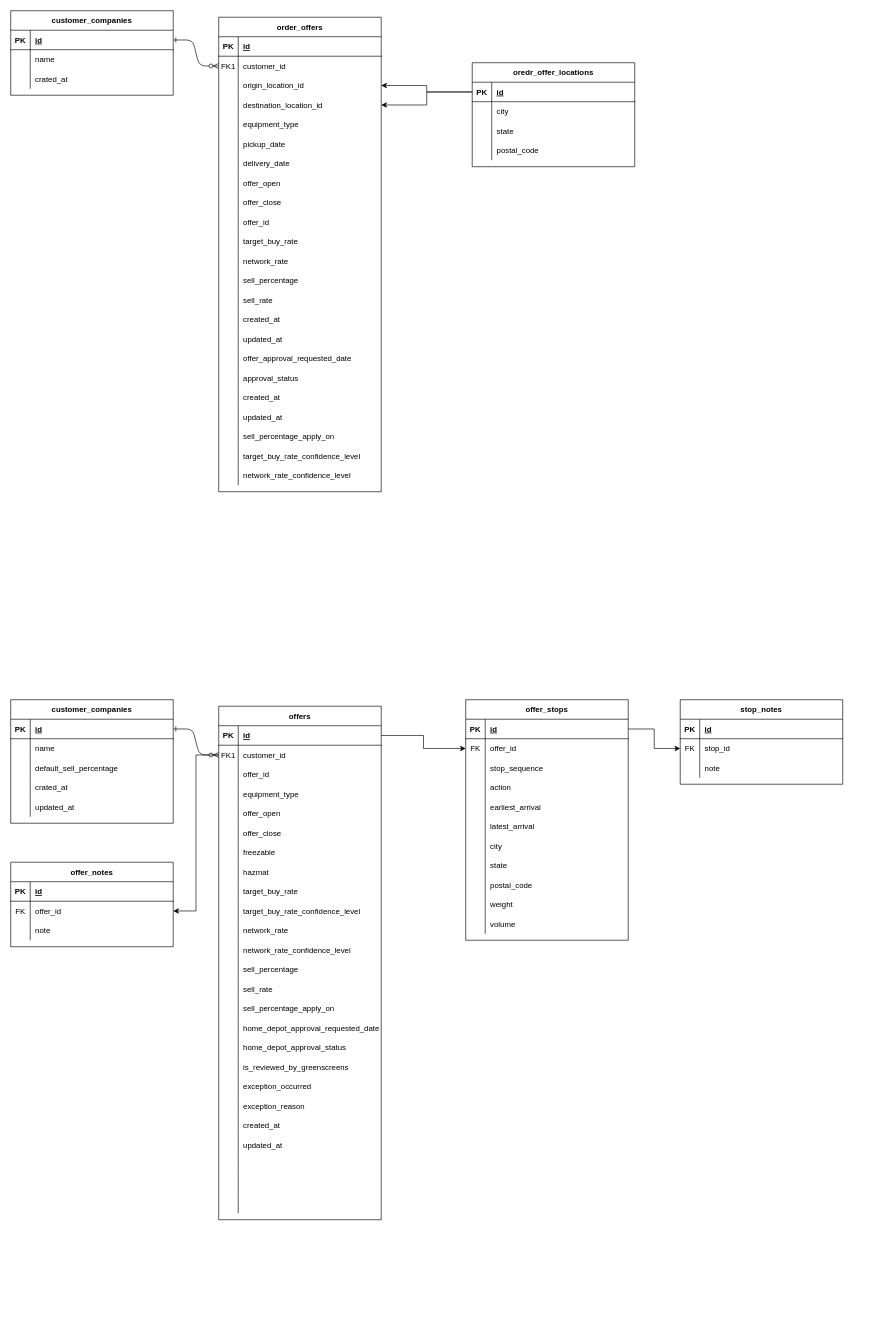
The draw.io diagram office-imi-pgt-homedepot.drawio in venkat0x1/ER-Diagrams, before the edit. Source tidied: cells renumbered, new cells numbered last; positions are measured from the earlier drawing's top-left corner, leaving out a move shared by most shapes. Both pictures are drawn from the tidied source at 65%, with x=0, y=0 at pixel (10, 10).
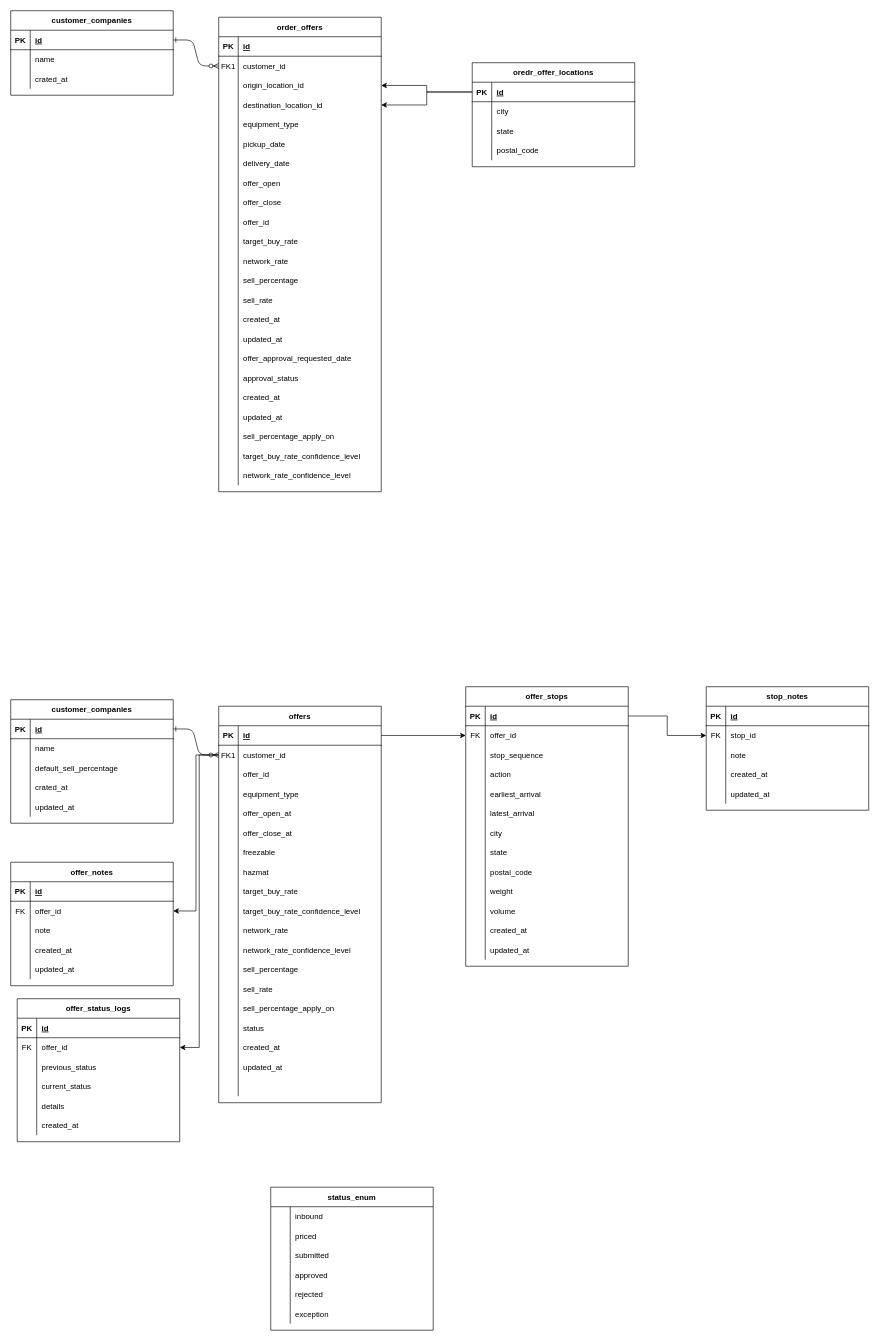
Above is the later version.

Unchanged cells that the change refers to:
```xml
<mxCell id="103" style="shape=partialRectangle;fillColor=none;points=[[0,0.5],[1,0.5]];portConstraint=eastwest;top=0;left=0;right=0;bottom=0;" parent="99" vertex="1">
  <mxGeometry y="60" width="250" height="30" as="geometry" />
</mxCell>
<mxCell id="112" style="shape=partialRectangle;fillColor=none;top=0;left=0;right=0;bottom=0;" parent="99" vertex="1">
  <mxGeometry y="150" width="250" height="30" as="geometry" />
</mxCell>
<mxCell id="115" style="shape=partialRectangle;fillColor=none;top=0;left=0;right=0;bottom=0;" parent="99" vertex="1">
  <mxGeometry y="180" width="250" height="30" as="geometry" />
</mxCell>
<mxCell id="145" style="shape=partialRectangle;fillColor=none;top=0;left=0;right=0;bottom=0;" parent="99" vertex="1">
  <mxGeometry y="480" width="250" height="30" as="geometry" />
</mxCell>
```

Diff of the diagram source:
```diff
@@
     <mxCell id="99" value="offers" style="shape=table;startSize=30;childLayout=tableLayout;rowLines=0;fontStyle=1;align=center;" parent="1" vertex="1">
-      <mxGeometry x="320" y="1070" width="250" height="790" as="geometry" />
+      <mxGeometry x="320" y="1070" width="250" height="610" as="geometry" />
     </mxCell>
@@
-    <mxCell id="114" value="offer_open" style="shape=partialRectangle;overflow=hidden;fillColor=none;top=0;left=0;bottom=0;right=0;align=left;spacingLeft=6;" parent="112" vertex="1">
+    <mxCell id="114" value="offer_open_at" style="shape=partialRectangle;overflow=hidden;fillColor=none;top=0;left=0;bottom=0;right=0;align=left;spacingLeft=6;" parent="112" vertex="1">
       <mxGeometry x="30" width="220" height="30" as="geometry" />
     </mxCell>
@@
-    <mxCell id="117" value="offer_close" style="shape=partialRectangle;overflow=hidden;fillColor=none;top=0;left=0;bottom=0;right=0;align=left;spacingLeft=6;" parent="115" vertex="1">
+    <mxCell id="117" value="offer_close_at" style="shape=partialRectangle;overflow=hidden;fillColor=none;top=0;left=0;bottom=0;right=0;align=left;spacingLeft=6;" parent="115" vertex="1">
       <mxGeometry x="30" width="220" height="30" as="geometry" />
     </mxCell>
@@
-    <mxCell id="146" style="shape=partialRectangle;overflow=hidden;fillColor=none;top=0;left=0;bottom=0;right=0;" parent="145" vertex="1">
-      <mxGeometry width="30" height="30" as="geometry" />
-    </mxCell>
-    <mxCell id="147" value="home_depot_approval_requested_date" style="shape=partialRectangle;overflow=hidden;fillColor=none;top=0;left=0;bottom=0;right=0;align=left;spacingLeft=6;" parent="145" vertex="1">
-      <mxGeometry x="30" width="220" height="30" as="geometry" />
-    </mxCell>
-    <mxCell id="148" style="shape=partialRectangle;fillColor=none;top=0;left=0;right=0;bottom=0;" parent="99" vertex="1">
-      <mxGeometry y="510" width="250" height="30" as="geometry" />
-    </mxCell>
-    <mxCell id="149" style="shape=partialRectangle;overflow=hidden;fillColor=none;top=0;left=0;bottom=0;right=0;" parent="148" vertex="1">
-      <mxGeometry width="30" height="30" as="geometry" />
-    </mxCell>
-    <mxCell id="150" value="home_depot_approval_status" style="shape=partialRectangle;overflow=hidden;fillColor=none;top=0;left=0;bottom=0;right=0;align=left;spacingLeft=6;" parent="148" vertex="1">
-      <mxGeometry x="30" width="220" height="30" as="geometry" />
-    </mxCell>
-    <mxCell id="151" style="shape=partialRectangle;fillColor=none;top=0;left=0;right=0;bottom=0;" parent="99" vertex="1">
-      <mxGeometry y="540" width="250" height="30" as="geometry" />
-    </mxCell>
-    <mxCell id="152" style="shape=partialRectangle;overflow=hidden;fillColor=none;top=0;left=0;bottom=0;right=0;" parent="151" vertex="1">
-      <mxGeometry width="30" height="30" as="geometry" />
-    </mxCell>
-    <mxCell id="153" value="is_reviewed_by_greenscreens" style="shape=partialRectangle;overflow=hidden;fillColor=none;top=0;left=0;bottom=0;right=0;align=left;spacingLeft=6;" parent="151" vertex="1">
-      <mxGeometry x="30" width="220" height="30" as="geometry" />
-    </mxCell>
-    <mxCell id="154" style="shape=partialRectangle;fillColor=none;top=0;left=0;right=0;bottom=0;" parent="99" vertex="1">
-      <mxGeometry y="570" width="250" height="30" as="geometry" />
-    </mxCell>
-    <mxCell id="155" style="shape=partialRectangle;overflow=hidden;fillColor=none;top=0;left=0;bottom=0;right=0;" parent="154" vertex="1">
-      <mxGeometry width="30" height="30" as="geometry" />
-    </mxCell>
-    <mxCell id="156" value="exception_occurred" style="shape=partialRectangle;overflow=hidden;fillColor=none;top=0;left=0;bottom=0;right=0;align=left;spacingLeft=6;" parent="154" vertex="1">
-      <mxGeometry x="30" width="220" height="30" as="geometry" />
-    </mxCell>
-    <mxCell id="157" style="shape=partialRectangle;fillColor=none;top=0;left=0;right=0;bottom=0;" parent="99" vertex="1">
-      <mxGeometry y="600" width="250" height="30" as="geometry" />
-    </mxCell>
-    <mxCell id="158" style="shape=partialRectangle;overflow=hidden;fillColor=none;top=0;left=0;bottom=0;right=0;" parent="157" vertex="1">
-      <mxGeometry width="30" height="30" as="geometry" />
-    </mxCell>
-    <mxCell id="159" value="exception_reason" style="shape=partialRectangle;overflow=hidden;fillColor=none;top=0;left=0;bottom=0;right=0;align=left;spacingLeft=6;" parent="157" vertex="1">
-      <mxGeometry x="30" width="220" height="30" as="geometry" />
-    </mxCell>
+    <mxCell id="248" style="shape=partialRectangle;overflow=hidden;fillColor=none;top=0;left=0;bottom=0;right=0;" parent="145" vertex="1">
+      <mxGeometry width="30" height="30" as="geometry" />
+    </mxCell>
+    <mxCell id="249" value="status" style="shape=partialRectangle;overflow=hidden;fillColor=none;top=0;left=0;bottom=0;right=0;align=left;spacingLeft=6;" parent="145" vertex="1">
+      <mxGeometry x="30" width="220" height="30" as="geometry" />
+    </mxCell>
     <mxCell id="160" style="shape=partialRectangle;fillColor=none;top=0;left=0;right=0;bottom=0;" parent="99" vertex="1">
-      <mxGeometry y="630" width="250" height="30" as="geometry" />
+      <mxGeometry y="510" width="250" height="30" as="geometry" />
     </mxCell>
@@
     <mxCell id="163" style="shape=partialRectangle;fillColor=none;top=0;left=0;right=0;bottom=0;" parent="99" vertex="1">
-      <mxGeometry y="660" width="250" height="30" as="geometry" />
+      <mxGeometry y="540" width="250" height="30" as="geometry" />
     </mxCell>
@@
-    <mxCell id="166" style="shape=partialRectangle;fillColor=none;top=0;left=0;right=0;bottom=0;" parent="99" vertex="1">
-      <mxGeometry y="690" width="250" height="30" as="geometry" />
-    </mxCell>
-    <mxCell id="167" style="shape=partialRectangle;overflow=hidden;fillColor=none;top=0;left=0;bottom=0;right=0;" parent="166" vertex="1">
-      <mxGeometry width="30" height="30" as="geometry" />
-    </mxCell>
-    <mxCell id="168" style="shape=partialRectangle;overflow=hidden;fillColor=none;top=0;left=0;bottom=0;right=0;align=left;spacingLeft=6;" parent="166" vertex="1">
-      <mxGeometry x="30" width="220" height="30" as="geometry" />
-    </mxCell>
-    <mxCell id="169" style="shape=partialRectangle;fillColor=none;top=0;left=0;right=0;bottom=0;" parent="99" vertex="1">
-      <mxGeometry y="720" width="250" height="30" as="geometry" />
-    </mxCell>
-    <mxCell id="170" style="shape=partialRectangle;overflow=hidden;fillColor=none;top=0;left=0;bottom=0;right=0;" parent="169" vertex="1">
-      <mxGeometry width="30" height="30" as="geometry" />
-    </mxCell>
-    <mxCell id="171" style="shape=partialRectangle;overflow=hidden;fillColor=none;top=0;left=0;bottom=0;right=0;align=left;spacingLeft=6;" parent="169" vertex="1">
-      <mxGeometry x="30" width="220" height="30" as="geometry" />
-    </mxCell>
     <mxCell id="172" style="shape=partialRectangle;fillColor=none;top=0;left=0;right=0;bottom=0;" parent="99" vertex="1">
-      <mxGeometry y="750" width="250" height="30" as="geometry" />
+      <mxGeometry y="570" width="250" height="30" as="geometry" />
     </mxCell>
@@
     <mxCell id="191" value="offer_stops" style="shape=table;startSize=30;childLayout=tableLayout;rowLines=0;fontStyle=1;align=center;" parent="1" vertex="1">
-      <mxGeometry x="700" y="1060" width="250" height="370" as="geometry" />
+      <mxGeometry x="700" y="1040" width="250" height="430" as="geometry" />
     </mxCell>
@@
+    <mxCell id="250" style="shape=partialRectangle;fillColor=none;top=0;left=0;right=0;bottom=0;" parent="191" vertex="1">
+      <mxGeometry y="360" width="250" height="30" as="geometry" />
+    </mxCell>
+    <mxCell id="251" style="shape=partialRectangle;overflow=hidden;fillColor=none;top=0;left=0;bottom=0;right=0;" parent="250" vertex="1">
+      <mxGeometry width="30" height="30" as="geometry" />
+    </mxCell>
+    <mxCell id="252" value="created_at" style="shape=partialRectangle;overflow=hidden;fillColor=none;top=0;left=0;bottom=0;right=0;align=left;spacingLeft=6;" parent="250" vertex="1">
+      <mxGeometry x="30" width="220" height="30" as="geometry" />
+    </mxCell>
+    <mxCell id="253" style="shape=partialRectangle;fillColor=none;top=0;left=0;right=0;bottom=0;" parent="191" vertex="1">
+      <mxGeometry y="390" width="250" height="30" as="geometry" />
+    </mxCell>
+    <mxCell id="254" style="shape=partialRectangle;overflow=hidden;fillColor=none;top=0;left=0;bottom=0;right=0;" parent="253" vertex="1">
+      <mxGeometry width="30" height="30" as="geometry" />
+    </mxCell>
+    <mxCell id="255" value="updated_at" style="shape=partialRectangle;overflow=hidden;fillColor=none;top=0;left=0;bottom=0;right=0;align=left;spacingLeft=6;" parent="253" vertex="1">
+      <mxGeometry x="30" width="220" height="30" as="geometry" />
+    </mxCell>
@@
     <mxCell id="226" value="stop_notes" style="shape=table;startSize=30;childLayout=tableLayout;rowLines=0;fontStyle=1;align=center;" parent="1" vertex="1">
-      <mxGeometry x="1030" y="1060" width="250" height="130" as="geometry" />
+      <mxGeometry x="1070" y="1040" width="250" height="190" as="geometry" />
     </mxCell>
@@
+    <mxCell id="256" style="shape=partialRectangle;fillColor=none;top=0;left=0;right=0;bottom=0;" parent="226" vertex="1">
+      <mxGeometry y="120" width="250" height="30" as="geometry" />
+    </mxCell>
+    <mxCell id="257" style="shape=partialRectangle;overflow=hidden;fillColor=none;top=0;left=0;bottom=0;right=0;" parent="256" vertex="1">
+      <mxGeometry width="30" height="30" as="geometry" />
+    </mxCell>
+    <mxCell id="258" value="created_at" style="shape=partialRectangle;overflow=hidden;fillColor=none;top=0;left=0;bottom=0;right=0;align=left;spacingLeft=6;" parent="256" vertex="1">
+      <mxGeometry x="30" width="220" height="30" as="geometry" />
+    </mxCell>
+    <mxCell id="259" style="shape=partialRectangle;fillColor=none;top=0;left=0;right=0;bottom=0;" parent="226" vertex="1">
+      <mxGeometry y="150" width="250" height="30" as="geometry" />
+    </mxCell>
+    <mxCell id="260" style="shape=partialRectangle;overflow=hidden;fillColor=none;top=0;left=0;bottom=0;right=0;" parent="259" vertex="1">
+      <mxGeometry width="30" height="30" as="geometry" />
+    </mxCell>
+    <mxCell id="261" value="updated_at" style="shape=partialRectangle;overflow=hidden;fillColor=none;top=0;left=0;bottom=0;right=0;align=left;spacingLeft=6;" parent="259" vertex="1">
+      <mxGeometry x="30" width="220" height="30" as="geometry" />
+    </mxCell>
@@
     <mxCell id="237" value="offer_notes" style="shape=table;startSize=30;childLayout=tableLayout;rowLines=0;fontStyle=1;align=center;" parent="1" vertex="1">
-      <mxGeometry y="1310" width="250" height="130" as="geometry" />
+      <mxGeometry y="1310" width="250" height="190" as="geometry" />
     </mxCell>
@@
+    <mxCell id="262" style="shape=partialRectangle;fillColor=none;top=0;left=0;right=0;bottom=0;" parent="237" vertex="1">
+      <mxGeometry y="90" width="250" height="30" as="geometry" />
+    </mxCell>
+    <mxCell id="263" style="shape=partialRectangle;overflow=hidden;fillColor=none;top=0;left=0;bottom=0;right=0;" parent="262" vertex="1">
+      <mxGeometry width="30" height="30" as="geometry" />
+    </mxCell>
+    <mxCell id="264" value="note" style="shape=partialRectangle;overflow=hidden;fillColor=none;top=0;left=0;bottom=0;right=0;align=left;spacingLeft=6;" parent="262" vertex="1">
+      <mxGeometry x="30" width="220" height="30" as="geometry" />
+    </mxCell>
+    <mxCell id="265" style="shape=partialRectangle;fillColor=none;top=0;left=0;right=0;bottom=0;" parent="237" vertex="1">
+      <mxGeometry y="120" width="250" height="30" as="geometry" />
+    </mxCell>
+    <mxCell id="266" style="shape=partialRectangle;overflow=hidden;fillColor=none;top=0;left=0;bottom=0;right=0;" parent="265" vertex="1">
+      <mxGeometry width="30" height="30" as="geometry" />
+    </mxCell>
+    <mxCell id="267" value="created_at" style="shape=partialRectangle;overflow=hidden;fillColor=none;top=0;left=0;bottom=0;right=0;align=left;spacingLeft=6;" parent="265" vertex="1">
+      <mxGeometry x="30" width="220" height="30" as="geometry" />
+    </mxCell>
     <mxCell id="244" style="shape=partialRectangle;fillColor=none;top=0;left=0;right=0;bottom=0;" parent="237" vertex="1">
-      <mxGeometry y="90" width="250" height="30" as="geometry" />
+      <mxGeometry y="150" width="250" height="30" as="geometry" />
     </mxCell>
@@
-    <mxCell id="246" value="note" style="shape=partialRectangle;overflow=hidden;fillColor=none;top=0;left=0;bottom=0;right=0;align=left;spacingLeft=6;" parent="244" vertex="1">
+    <mxCell id="246" value="updated_at" style="shape=partialRectangle;overflow=hidden;fillColor=none;top=0;left=0;bottom=0;right=0;align=left;spacingLeft=6;" parent="244" vertex="1">
       <mxGeometry x="30" width="220" height="30" as="geometry" />
     </mxCell>
@@
+    <mxCell id="268" value="offer_status_logs" style="shape=table;startSize=30;childLayout=tableLayout;rowLines=0;fontStyle=1;align=center;" parent="1" vertex="1">
+      <mxGeometry x="10" y="1520" width="250" height="220" as="geometry" />
+    </mxCell>
+    <mxCell id="269" style="shape=partialRectangle;fillColor=none;top=0;left=0;right=0;bottom=1;" parent="268" vertex="1">
+      <mxGeometry y="30" width="250" height="30" as="geometry" />
+    </mxCell>
+    <mxCell id="270" value="PK" style="shape=partialRectangle;overflow=hidden;fillColor=none;top=0;left=0;bottom=0;right=0;fontStyle=1;" parent="269" vertex="1">
+      <mxGeometry width="30" height="30" as="geometry" />
+    </mxCell>
+    <mxCell id="271" value="id" style="shape=partialRectangle;overflow=hidden;fillColor=none;top=0;left=0;bottom=0;right=0;align=left;spacingLeft=6;fontStyle=5;" parent="269" vertex="1">
+      <mxGeometry x="30" width="220" height="30" as="geometry" />
+    </mxCell>
+    <mxCell id="272" style="shape=partialRectangle;fillColor=none;points=[[0,0.5],[1,0.5]];portConstraint=eastwest;top=0;left=0;right=0;bottom=0;" parent="268" vertex="1">
+      <mxGeometry y="60" width="250" height="30" as="geometry" />
+    </mxCell>
+    <mxCell id="273" value="FK" style="shape=partialRectangle;overflow=hidden;fillColor=none;top=0;left=0;bottom=0;right=0;" parent="272" vertex="1">
+      <mxGeometry width="30" height="30" as="geometry" />
+    </mxCell>
+    <mxCell id="274" value="offer_id" style="shape=partialRectangle;overflow=hidden;fillColor=none;top=0;left=0;bottom=0;right=0;align=left;spacingLeft=6;" parent="272" vertex="1">
+      <mxGeometry x="30" width="220" height="30" as="geometry" />
+    </mxCell>
+    <mxCell id="275" style="shape=partialRectangle;fillColor=none;top=0;left=0;right=0;bottom=0;" parent="268" vertex="1">
+      <mxGeometry y="90" width="250" height="30" as="geometry" />
+    </mxCell>
+    <mxCell id="276" style="shape=partialRectangle;overflow=hidden;fillColor=none;top=0;left=0;bottom=0;right=0;" parent="275" vertex="1">
+      <mxGeometry width="30" height="30" as="geometry" />
+    </mxCell>
+    <mxCell id="277" value="previous_status" style="shape=partialRectangle;overflow=hidden;fillColor=none;top=0;left=0;bottom=0;right=0;align=left;spacingLeft=6;" parent="275" vertex="1">
+      <mxGeometry x="30" width="220" height="30" as="geometry" />
+    </mxCell>
+    <mxCell id="278" style="shape=partialRectangle;fillColor=none;top=0;left=0;right=0;bottom=0;" parent="268" vertex="1">
+      <mxGeometry y="120" width="250" height="30" as="geometry" />
+    </mxCell>
+    <mxCell id="279" style="shape=partialRectangle;overflow=hidden;fillColor=none;top=0;left=0;bottom=0;right=0;" parent="278" vertex="1">
+      <mxGeometry width="30" height="30" as="geometry" />
+    </mxCell>
+    <mxCell id="280" value="current_status" style="shape=partialRectangle;overflow=hidden;fillColor=none;top=0;left=0;bottom=0;right=0;align=left;spacingLeft=6;" parent="278" vertex="1">
+      <mxGeometry x="30" width="220" height="30" as="geometry" />
+    </mxCell>
+    <mxCell id="281" style="shape=partialRectangle;fillColor=none;top=0;left=0;right=0;bottom=0;" parent="268" vertex="1">
+      <mxGeometry y="150" width="250" height="30" as="geometry" />
+    </mxCell>
+    <mxCell id="282" style="shape=partialRectangle;overflow=hidden;fillColor=none;top=0;left=0;bottom=0;right=0;" parent="281" vertex="1">
+      <mxGeometry width="30" height="30" as="geometry" />
+    </mxCell>
+    <mxCell id="283" value="details" style="shape=partialRectangle;overflow=hidden;fillColor=none;top=0;left=0;bottom=0;right=0;align=left;spacingLeft=6;" parent="281" vertex="1">
+      <mxGeometry x="30" width="220" height="30" as="geometry" />
+    </mxCell>
+    <mxCell id="284" style="shape=partialRectangle;fillColor=none;top=0;left=0;right=0;bottom=0;" parent="268" vertex="1">
+      <mxGeometry y="180" width="250" height="30" as="geometry" />
+    </mxCell>
+    <mxCell id="285" style="shape=partialRectangle;overflow=hidden;fillColor=none;top=0;left=0;bottom=0;right=0;" parent="284" vertex="1">
+      <mxGeometry width="30" height="30" as="geometry" />
+    </mxCell>
+    <mxCell id="286" value="created_at" style="shape=partialRectangle;overflow=hidden;fillColor=none;top=0;left=0;bottom=0;right=0;align=left;spacingLeft=6;" parent="284" vertex="1">
+      <mxGeometry x="30" width="220" height="30" as="geometry" />
+    </mxCell>
+    <mxCell id="287" style="edgeStyle=orthogonalEdgeStyle;rounded=0;jettySize=auto;html=1;exitX=0;exitY=0.5;exitDx=0;exitDy=0;entryX=1;entryY=0.5;entryDx=0;entryDy=0;" parent="1" edge="1" source="103" target="272">
+      <mxGeometry relative="1" as="geometry" />
+    </mxCell>
+    <mxCell id="288" value="status_enum" style="shape=table;startSize=30;childLayout=tableLayout;rowLines=0;fontStyle=1;align=center;" parent="1" vertex="1">
+      <mxGeometry x="400" y="1810" width="250" height="220" as="geometry" />
+    </mxCell>
+    <mxCell id="289" style="shape=partialRectangle;fillColor=none;top=0;left=0;right=0;bottom=0;" parent="288" vertex="1">
+      <mxGeometry y="30" width="250" height="30" as="geometry" />
+    </mxCell>
+    <mxCell id="290" style="shape=partialRectangle;overflow=hidden;fillColor=none;top=0;left=0;bottom=0;right=0;" parent="289" vertex="1">
+      <mxGeometry width="30" height="30" as="geometry" />
+    </mxCell>
+    <mxCell id="291" value="inbound" style="shape=partialRectangle;overflow=hidden;fillColor=none;top=0;left=0;bottom=0;right=0;align=left;spacingLeft=6;" parent="289" vertex="1">
+      <mxGeometry x="30" width="220" height="30" as="geometry" />
+    </mxCell>
+    <mxCell id="292" style="shape=partialRectangle;fillColor=none;top=0;left=0;right=0;bottom=0;" parent="288" vertex="1">
+      <mxGeometry y="60" width="250" height="30" as="geometry" />
+    </mxCell>
+    <mxCell id="293" style="shape=partialRectangle;overflow=hidden;fillColor=none;top=0;left=0;bottom=0;right=0;" parent="292" vertex="1">
+      <mxGeometry width="30" height="30" as="geometry" />
+    </mxCell>
+    <mxCell id="294" value="priced" style="shape=partialRectangle;overflow=hidden;fillColor=none;top=0;left=0;bottom=0;right=0;align=left;spacingLeft=6;" parent="292" vertex="1">
+      <mxGeometry x="30" width="220" height="30" as="geometry" />
+    </mxCell>
+    <mxCell id="295" style="shape=partialRectangle;fillColor=none;top=0;left=0;right=0;bottom=0;" parent="288" vertex="1">
+      <mxGeometry y="90" width="250" height="30" as="geometry" />
+    </mxCell>
+    <mxCell id="296" style="shape=partialRectangle;overflow=hidden;fillColor=none;top=0;left=0;bottom=0;right=0;" parent="295" vertex="1">
+      <mxGeometry width="30" height="30" as="geometry" />
+    </mxCell>
+    <mxCell id="297" value="submitted" style="shape=partialRectangle;overflow=hidden;fillColor=none;top=0;left=0;bottom=0;right=0;align=left;spacingLeft=6;" parent="295" vertex="1">
+      <mxGeometry x="30" width="220" height="30" as="geometry" />
+    </mxCell>
+    <mxCell id="298" style="shape=partialRectangle;fillColor=none;top=0;left=0;right=0;bottom=0;" parent="288" vertex="1">
+      <mxGeometry y="120" width="250" height="30" as="geometry" />
+    </mxCell>
+    <mxCell id="299" style="shape=partialRectangle;overflow=hidden;fillColor=none;top=0;left=0;bottom=0;right=0;" parent="298" vertex="1">
+      <mxGeometry width="30" height="30" as="geometry" />
+    </mxCell>
+    <mxCell id="300" value="approved" style="shape=partialRectangle;overflow=hidden;fillColor=none;top=0;left=0;bottom=0;right=0;align=left;spacingLeft=6;" parent="298" vertex="1">
+      <mxGeometry x="30" width="220" height="30" as="geometry" />
+    </mxCell>
+    <mxCell id="301" style="shape=partialRectangle;fillColor=none;top=0;left=0;right=0;bottom=0;" parent="288" vertex="1">
+      <mxGeometry y="150" width="250" height="30" as="geometry" />
+    </mxCell>
+    <mxCell id="302" style="shape=partialRectangle;overflow=hidden;fillColor=none;top=0;left=0;bottom=0;right=0;" parent="301" vertex="1">
+      <mxGeometry width="30" height="30" as="geometry" />
+    </mxCell>
+    <mxCell id="303" value="rejected" style="shape=partialRectangle;overflow=hidden;fillColor=none;top=0;left=0;bottom=0;right=0;align=left;spacingLeft=6;" parent="301" vertex="1">
+      <mxGeometry x="30" width="220" height="30" as="geometry" />
+    </mxCell>
+    <mxCell id="304" style="shape=partialRectangle;fillColor=none;top=0;left=0;right=0;bottom=0;" parent="288" vertex="1">
+      <mxGeometry y="180" width="250" height="30" as="geometry" />
+    </mxCell>
+    <mxCell id="305" style="shape=partialRectangle;overflow=hidden;fillColor=none;top=0;left=0;bottom=0;right=0;" parent="304" vertex="1">
+      <mxGeometry width="30" height="30" as="geometry" />
+    </mxCell>
+    <mxCell id="306" value="exception" style="shape=partialRectangle;overflow=hidden;fillColor=none;top=0;left=0;bottom=0;right=0;align=left;spacingLeft=6;" parent="304" vertex="1">
+      <mxGeometry x="30" width="220" height="30" as="geometry" />
+    </mxCell>
```
